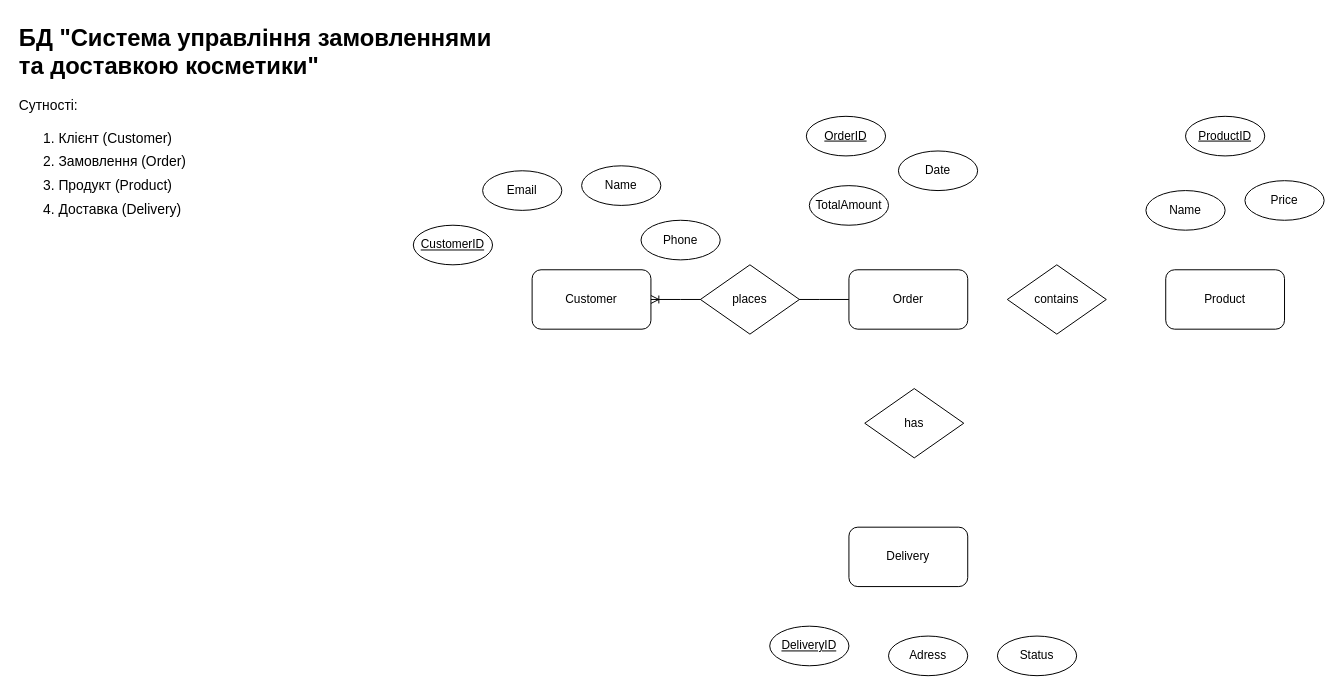
The draw.io diagram Система управління замовленнями та доставкою косметики.drawio in Clemence25/BDZU, before the edit. Source tidied: cells renumbered, new cells numbered last; positions are measured from the earlier drawing's top-left corner, leaving out a move shared by most shapes. Both pictures are drawn from the tidied source at 99%, with x=0, y=0 at pixel (17, 17).
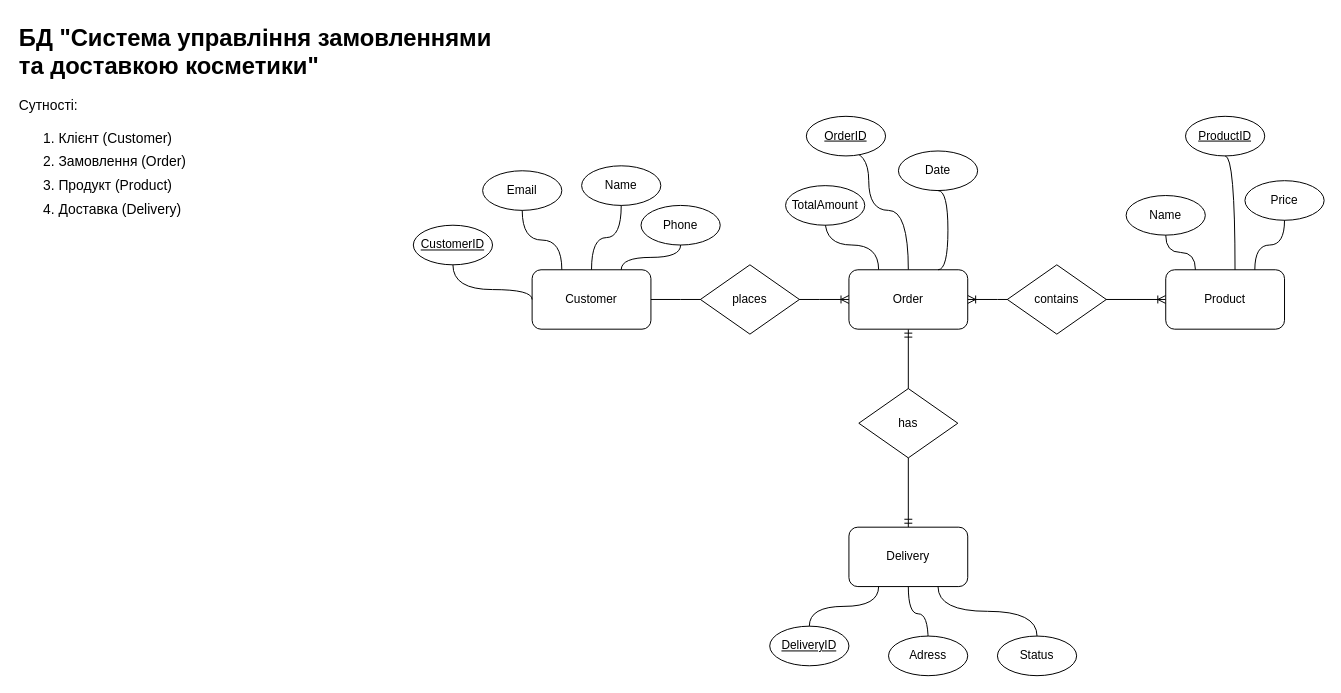
The same diagram, later.

The change refers to these unchanged cells:
```xml
<mxCell id="2" style="rounded=1;whiteSpace=wrap;html=1;" parent="1" vertex="1">
  <mxGeometry x="520" y="255" width="120" height="60" as="geometry" />
</mxCell>
<mxCell id="3" style="rounded=1;whiteSpace=wrap;html=1;" parent="1" vertex="1">
  <mxGeometry x="1160" y="255" width="120" height="60" as="geometry" />
</mxCell>
<mxCell id="4" style="rounded=1;whiteSpace=wrap;html=1;" parent="1" vertex="1">
  <mxGeometry x="840" y="255" width="120" height="60" as="geometry" />
</mxCell>
<mxCell id="5" style="rounded=1;whiteSpace=wrap;html=1;" parent="1" vertex="1">
  <mxGeometry x="840" y="515" width="120" height="60" as="geometry" />
</mxCell>
<mxCell id="14" style="ellipse;whiteSpace=wrap;html=1;" parent="1" vertex="1">
  <mxGeometry x="470" y="155" width="80" height="40" as="geometry" />
</mxCell>
<mxCell id="16" style="ellipse;whiteSpace=wrap;html=1;" parent="1" vertex="1">
  <mxGeometry x="570" y="150" width="80" height="40" as="geometry" />
</mxCell>
<mxCell id="17" style="ellipse;whiteSpace=wrap;html=1;" parent="1" vertex="1">
  <mxGeometry x="400" y="210" width="80" height="40" as="geometry" />
</mxCell>
<mxCell id="23" style="ellipse;whiteSpace=wrap;html=1;" parent="1" vertex="1">
  <mxGeometry x="890" y="135" width="80" height="40" as="geometry" />
</mxCell>
<mxCell id="26" style="ellipse;whiteSpace=wrap;html=1;" parent="1" vertex="1">
  <mxGeometry x="1240" y="165" width="80" height="40" as="geometry" />
</mxCell>
<mxCell id="28" style="ellipse;whiteSpace=wrap;html=1;" parent="1" vertex="1">
  <mxGeometry x="1180" y="100" width="80" height="40" as="geometry" />
</mxCell>
<mxCell id="30" style="ellipse;whiteSpace=wrap;html=1;" parent="1" vertex="1">
  <mxGeometry x="990" y="625" width="80" height="40" as="geometry" />
</mxCell>
<mxCell id="31" style="ellipse;whiteSpace=wrap;html=1;" parent="1" vertex="1">
  <mxGeometry x="760" y="615" width="80" height="40" as="geometry" />
</mxCell>
<mxCell id="32" value="&lt;u&gt;OrderID&lt;/u&gt;" style="text;html=1;align=center;verticalAlign=middle;whiteSpace=wrap;rounded=0;" parent="1" vertex="1">
  <mxGeometry x="807" y="105" width="60" height="30" as="geometry" />
</mxCell>
<mxCell id="39" value="Adress" style="text;html=1;align=center;verticalAlign=middle;whiteSpace=wrap;rounded=0;" parent="1" vertex="1">
  <mxGeometry x="890" y="630" width="60" height="30" as="geometry" />
</mxCell>
```

Change to the diagram source:
```diff
@@
+    <mxCell id="44" style="endArrow=none;html=1;rounded=0;entryX=0.5;entryY=1;entryDx=0;entryDy=0;exitX=0.5;exitY=0;exitDx=0;exitDy=0;edgeStyle=orthogonalEdgeStyle;curved=1;" parent="1" edge="1" source="39" target="5">
+      <mxGeometry relative="1" as="geometry" />
+    </mxCell>
+    <mxCell id="45" style="fontSize=12;html=1;endArrow=ERmandOne;startArrow=ERmandOne;rounded=0;exitX=0.5;exitY=0;exitDx=0;exitDy=0;entryX=0.5;entryY=1;entryDx=0;entryDy=0;" parent="1" edge="1" source="5" target="4">
+      <mxGeometry relative="1" as="geometry" />
+    </mxCell>
+    <mxCell id="46" style="edgeStyle=entityRelationEdgeStyle;fontSize=12;html=1;endArrow=ERoneToMany;startArrow=ERoneToMany;rounded=0;exitX=1;exitY=0.5;exitDx=0;exitDy=0;entryX=0;entryY=0.5;entryDx=0;entryDy=0;" parent="1" edge="1" source="4" target="3">
+      <mxGeometry relative="1" as="geometry" />
+    </mxCell>
+    <mxCell id="47" style="endArrow=none;html=1;rounded=0;entryX=0.5;entryY=1;entryDx=0;entryDy=0;exitX=0.5;exitY=0;exitDx=0;exitDy=0;edgeStyle=orthogonalEdgeStyle;curved=1;" parent="1" edge="1" source="4" target="32">
+      <mxGeometry relative="1" as="geometry">
+        <Array as="points">
+          <mxPoint x="900" y="195" />
+          <mxPoint x="860" y="195" />
+          <mxPoint x="860" y="135" />
+        </Array>
+      </mxGeometry>
+    </mxCell>
+    <mxCell id="48" style="endArrow=none;html=1;rounded=0;exitX=0.25;exitY=0;exitDx=0;exitDy=0;entryX=0.5;entryY=1;entryDx=0;entryDy=0;edgeStyle=orthogonalEdgeStyle;curved=1;" parent="1" edge="1" source="4" target="34">
+      <mxGeometry relative="1" as="geometry" />
+    </mxCell>
@@
     <mxCell id="11" style="rhombus;whiteSpace=wrap;html=1;" parent="1" vertex="1">
-      <mxGeometry x="856" y="375" width="100" height="70" as="geometry" />
+      <mxGeometry x="850" y="375" width="100" height="70" as="geometry" />
     </mxCell>
@@
     <mxCell id="13" value="has" style="text;html=1;align=center;verticalAlign=middle;whiteSpace=wrap;rounded=0;" parent="1" vertex="1">
-      <mxGeometry x="876" y="395" width="60" height="30" as="geometry" />
+      <mxGeometry x="870" y="395" width="60" height="30" as="geometry" />
     </mxCell>
@@
     <mxCell id="15" style="ellipse;whiteSpace=wrap;html=1;" parent="1" vertex="1">
-      <mxGeometry x="630" y="205" width="80" height="40" as="geometry" />
+      <mxGeometry x="630" y="190" width="80" height="40" as="geometry" />
     </mxCell>
@@
     <mxCell id="22" value="Phone" style="text;html=1;align=center;verticalAlign=middle;whiteSpace=wrap;rounded=0;" parent="1" vertex="1">
-      <mxGeometry x="640" y="210" width="60" height="30" as="geometry" />
+      <mxGeometry x="640" y="195" width="60" height="30" as="geometry" />
     </mxCell>
@@
     <mxCell id="24" style="ellipse;whiteSpace=wrap;html=1;" parent="1" vertex="1">
-      <mxGeometry x="800" y="170" width="80" height="40" as="geometry" />
+      <mxGeometry x="776" y="170" width="80" height="40" as="geometry" />
     </mxCell>
@@
     <mxCell id="27" style="ellipse;whiteSpace=wrap;html=1;" parent="1" vertex="1">
-      <mxGeometry x="1140" y="175" width="80" height="40" as="geometry" />
+      <mxGeometry x="1120" y="180" width="80" height="40" as="geometry" />
     </mxCell>
@@
     <mxCell id="34" value="TotalAmount" style="text;html=1;align=center;verticalAlign=middle;whiteSpace=wrap;rounded=0;" parent="1" vertex="1">
-      <mxGeometry x="810" y="175" width="60" height="30" as="geometry" />
+      <mxGeometry x="786" y="175" width="60" height="30" as="geometry" />
     </mxCell>
     <mxCell id="35" value="Name" style="text;html=1;align=center;verticalAlign=middle;whiteSpace=wrap;rounded=0;" parent="1" vertex="1">
-      <mxGeometry x="1150" y="180" width="60" height="30" as="geometry" />
+      <mxGeometry x="1130" y="185" width="60" height="30" as="geometry" />
     </mxCell>
@@
-    <mxCell id="41" style="edgeStyle=entityRelationEdgeStyle;fontSize=12;html=1;endArrow=ERoneToMany;rounded=0;entryX=1;entryY=0.5;entryDx=0;entryDy=0;exitX=0;exitY=0.5;exitDx=0;exitDy=0;" parent="1" edge="1" source="4" target="2">
+    <mxCell id="41" style="edgeStyle=entityRelationEdgeStyle;fontSize=12;html=1;endArrow=ERoneToMany;rounded=0;entryX=0;entryY=0.5;entryDx=0;entryDy=0;exitX=1;exitY=0.5;exitDx=0;exitDy=0;" parent="1" edge="1" source="2" target="4">
       <mxGeometry relative="1" as="geometry">
         <Array as="points">
           <mxPoint x="780" y="355" />
+          <mxPoint x="840" y="285" />
         </Array>
       </mxGeometry>
     </mxCell>
@@
+    <mxCell id="49" style="endArrow=none;html=1;rounded=0;exitX=0.75;exitY=0;exitDx=0;exitDy=0;entryX=0.5;entryY=1;entryDx=0;entryDy=0;edgeStyle=orthogonalEdgeStyle;curved=1;" parent="1" edge="1" source="4" target="23">
+      <mxGeometry relative="1" as="geometry">
+        <Array as="points">
+          <mxPoint x="940" y="255" />
+          <mxPoint x="940" y="175" />
+        </Array>
+      </mxGeometry>
+    </mxCell>
+    <mxCell id="50" style="endArrow=none;html=1;rounded=0;entryX=0.5;entryY=1;entryDx=0;entryDy=0;exitX=0;exitY=0.5;exitDx=0;exitDy=0;edgeStyle=orthogonalEdgeStyle;curved=1;" parent="1" edge="1" source="2" target="17">
+      <mxGeometry relative="1" as="geometry">
+        <Array as="points">
+          <mxPoint x="520" y="275" />
+          <mxPoint x="440" y="275" />
+        </Array>
+      </mxGeometry>
+    </mxCell>
+    <mxCell id="51" style="endArrow=none;html=1;rounded=0;entryX=0.5;entryY=1;entryDx=0;entryDy=0;exitX=0.25;exitY=0;exitDx=0;exitDy=0;edgeStyle=orthogonalEdgeStyle;curved=1;" parent="1" edge="1" source="2" target="14">
+      <mxGeometry relative="1" as="geometry" />
+    </mxCell>
+    <mxCell id="52" style="endArrow=none;html=1;rounded=0;entryX=0.5;entryY=1;entryDx=0;entryDy=0;exitX=0.5;exitY=0;exitDx=0;exitDy=0;edgeStyle=orthogonalEdgeStyle;curved=1;" parent="1" edge="1" source="2" target="16">
+      <mxGeometry relative="1" as="geometry" />
+    </mxCell>
+    <mxCell id="53" style="endArrow=none;html=1;rounded=0;entryX=0.5;entryY=1;entryDx=0;entryDy=0;exitX=0.75;exitY=0;exitDx=0;exitDy=0;edgeStyle=orthogonalEdgeStyle;curved=1;" parent="1" edge="1" source="2" target="15">
+      <mxGeometry relative="1" as="geometry" />
+    </mxCell>
+    <mxCell id="54" style="endArrow=none;html=1;rounded=0;entryX=0.5;entryY=1;entryDx=0;entryDy=0;exitX=0.25;exitY=0;exitDx=0;exitDy=0;edgeStyle=orthogonalEdgeStyle;curved=1;" parent="1" edge="1" source="3" target="27">
+      <mxGeometry relative="1" as="geometry" />
+    </mxCell>
+    <mxCell id="55" style="endArrow=none;html=1;rounded=0;entryX=0.5;entryY=1;entryDx=0;entryDy=0;edgeStyle=orthogonalEdgeStyle;curved=1;" parent="1" edge="1" source="3" target="28">
+      <mxGeometry relative="1" as="geometry">
+        <Array as="points">
+          <mxPoint x="1230" y="140" />
+        </Array>
+      </mxGeometry>
+    </mxCell>
+    <mxCell id="56" style="endArrow=none;html=1;rounded=0;exitX=0.75;exitY=0;exitDx=0;exitDy=0;entryX=0.5;entryY=1;entryDx=0;entryDy=0;edgeStyle=orthogonalEdgeStyle;curved=1;" parent="1" edge="1" source="3" target="26">
+      <mxGeometry relative="1" as="geometry" />
+    </mxCell>
+    <mxCell id="57" style="endArrow=none;html=1;rounded=0;entryX=0.25;entryY=1;entryDx=0;entryDy=0;exitX=0.5;exitY=0;exitDx=0;exitDy=0;edgeStyle=orthogonalEdgeStyle;curved=1;" parent="1" edge="1" source="31" target="5">
+      <mxGeometry relative="1" as="geometry" />
+    </mxCell>
+    <mxCell id="58" style="endArrow=none;html=1;rounded=0;entryX=0.75;entryY=1;entryDx=0;entryDy=0;exitX=0.5;exitY=0;exitDx=0;exitDy=0;edgeStyle=orthogonalEdgeStyle;curved=1;" parent="1" edge="1" source="30" target="5">
+      <mxGeometry relative="1" as="geometry" />
+    </mxCell>
```
